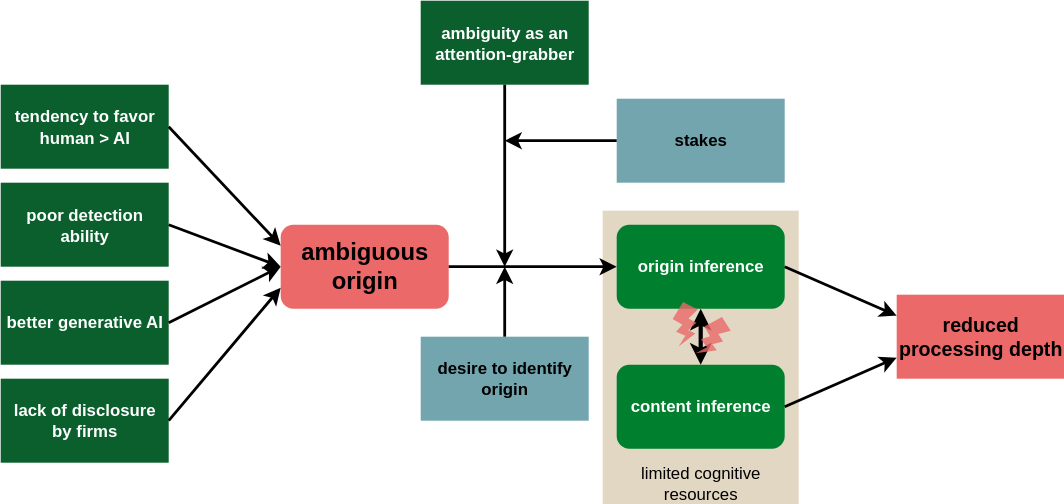
saboustocker/slides keeps this draw.io diagram as images/graphical_summary_suggestion.svg. Above is the earlier version. Source tidied: cells renumbered, new cells last; positions are measured from the earlier drawing's top-left corner, leaving out a move shared by most shapes.
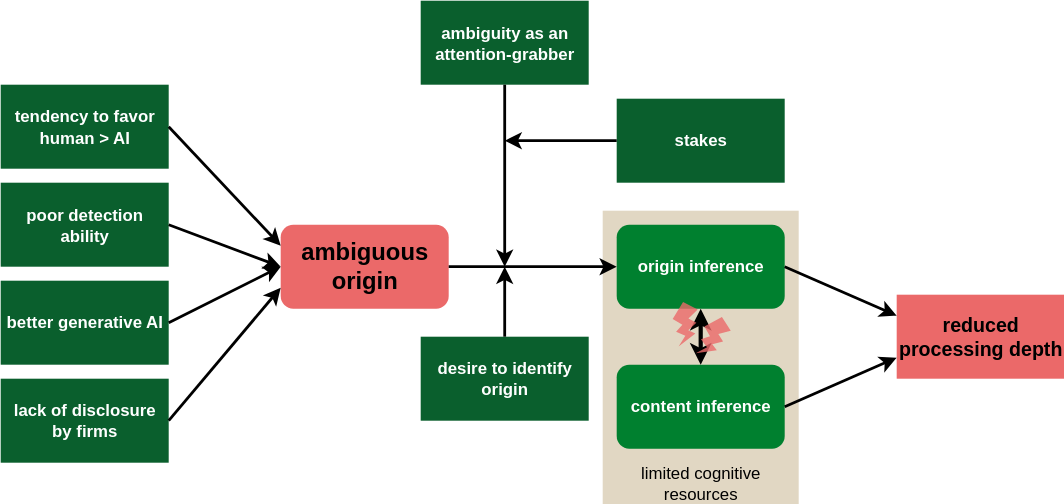
The same diagram one commit later.

Diff of the diagram source:
```diff
@@ -20,7 +20,7 @@
     <mxCell id="7" value="origin inference" style="rounded=1;whiteSpace=wrap;html=1;fontStyle=1;fillColor=#00802f;strokeColor=none;fontColor=#FFFFFF;" parent="1" vertex="1">
       <mxGeometry x="440" y="160" width="120" height="60" as="geometry" />
     </mxCell>
-    <mxCell id="8" value="desire to identify origin" style="rounded=0;whiteSpace=wrap;html=1;fillColor=#73a5af;strokeColor=none;fontStyle=1;" parent="1" vertex="1">
+    <mxCell id="8" value="desire to identify origin" style="rounded=0;whiteSpace=wrap;html=1;fillColor=#0a5f2d;strokeColor=none;fontStyle=1;fontColor=#FFFFFF;" parent="1" vertex="1">
       <mxGeometry x="300" y="240" width="120" height="60" as="geometry" />
     </mxCell>
     <mxCell id="9" value="content inference" style="rounded=1;whiteSpace=wrap;html=1;fontStyle=1;fillColor=#00802f;strokeColor=none;fontColor=#FFFFFF;" parent="1" vertex="1">
@@ -58,7 +58,7 @@
     <mxCell id="19" style="endArrow=classic;html=1;rounded=0;exitX=1;exitY=0.5;exitDx=0;exitDy=0;entryX=0;entryY=0.75;entryDx=0;entryDy=0;strokeWidth=2;" parent="1" edge="1" source="9" target="16">
       <mxGeometry relative="1" as="geometry" />
     </mxCell>
-    <mxCell id="20" value="stakes" style="rounded=0;whiteSpace=wrap;html=1;fillColor=#73a5af;strokeColor=none;fontStyle=1;" parent="1" vertex="1">
+    <mxCell id="20" value="stakes" style="rounded=0;whiteSpace=wrap;html=1;fillColor=#0a5f2d;strokeColor=none;fontStyle=1;fontColor=#FFFFFF;" parent="1" vertex="1">
       <mxGeometry x="440" y="70" width="120" height="60" as="geometry" />
     </mxCell>
     <mxCell id="21" style="endArrow=classic;html=1;rounded=0;exitX=0;exitY=0.5;exitDx=0;exitDy=0;strokeWidth=2;" parent="1" edge="1" source="20">
```
